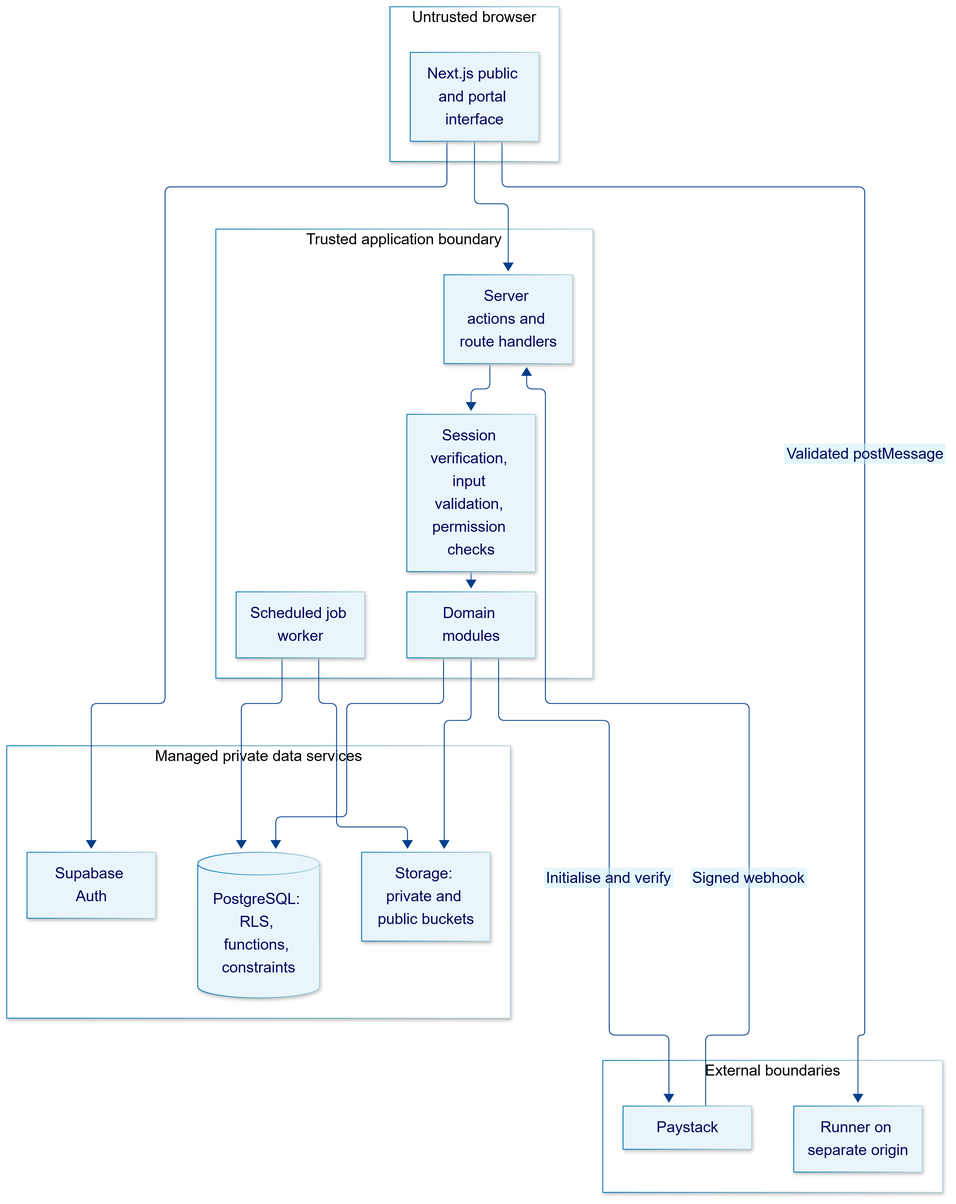
Above: docs/diagrams/rendered/architecture-02.png in adeyanjufuhad/BrainField-Schools (Mermaid), before the change. Its source is kept beside it as docs/diagrams/architecture-02.mmd.
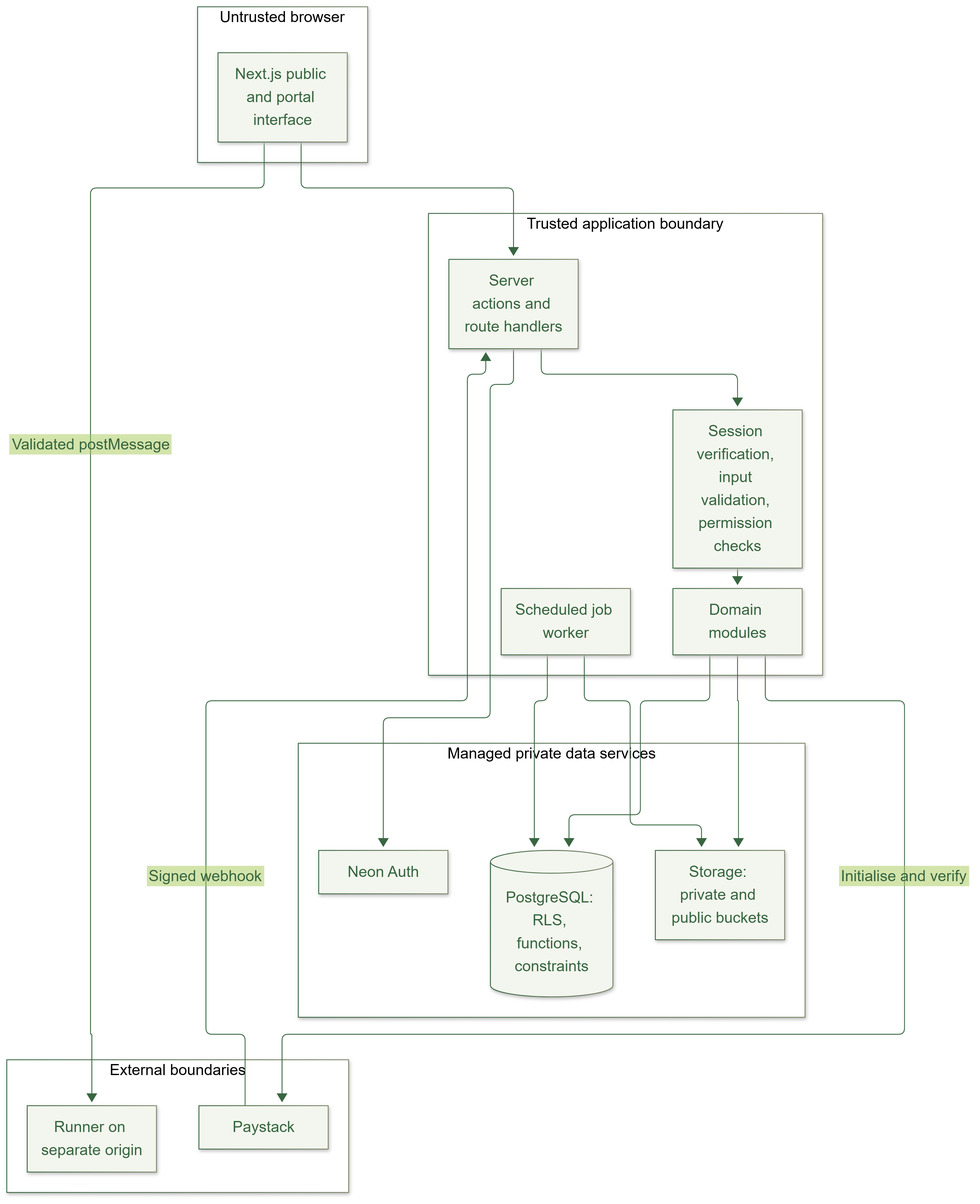
Above is the later version.

Change to the diagram source:
```diff
@@ -9,7 +9,7 @@
         WORKER[Scheduled job worker]
     end
     subgraph MANAGED[Managed private data services]
-        AUTH[Supabase Auth]
+        AUTH[Neon Auth]
         DB[(PostgreSQL: RLS, functions, constraints)]
         STORE[Storage: private and public buckets]
     end
@@ -17,7 +17,7 @@
         PAY[Paystack]
         RUN[Runner on separate origin]
     end
-    UI --> AUTH
+    HANDLERS --> AUTH
     UI --> HANDLERS
     HANDLERS --> GUARDS
     GUARDS --> MODULES
```
